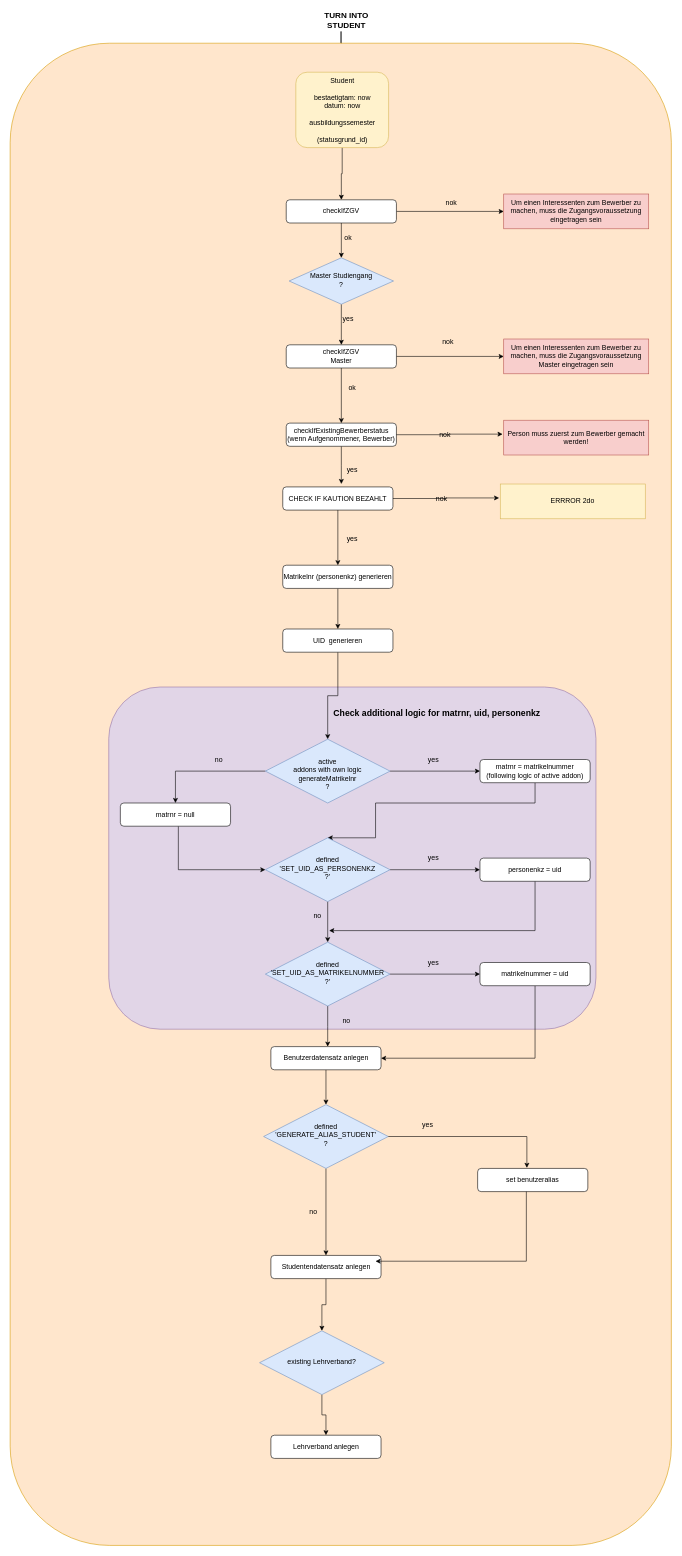
ma0068/GitDoks keeps this draw.io diagram as page "ADD STUDENT" (8 of 11) of StudentRollen.drawio. Above is the earlier version. Source tidied: cells renumbered, new cells numbered last; positions are measured from the earlier drawing's top-left corner, leaving out a move shared by most shapes. Both pictures are drawn from the tidied source at 58%, with x=0, y=0 at pixel (10, 11).
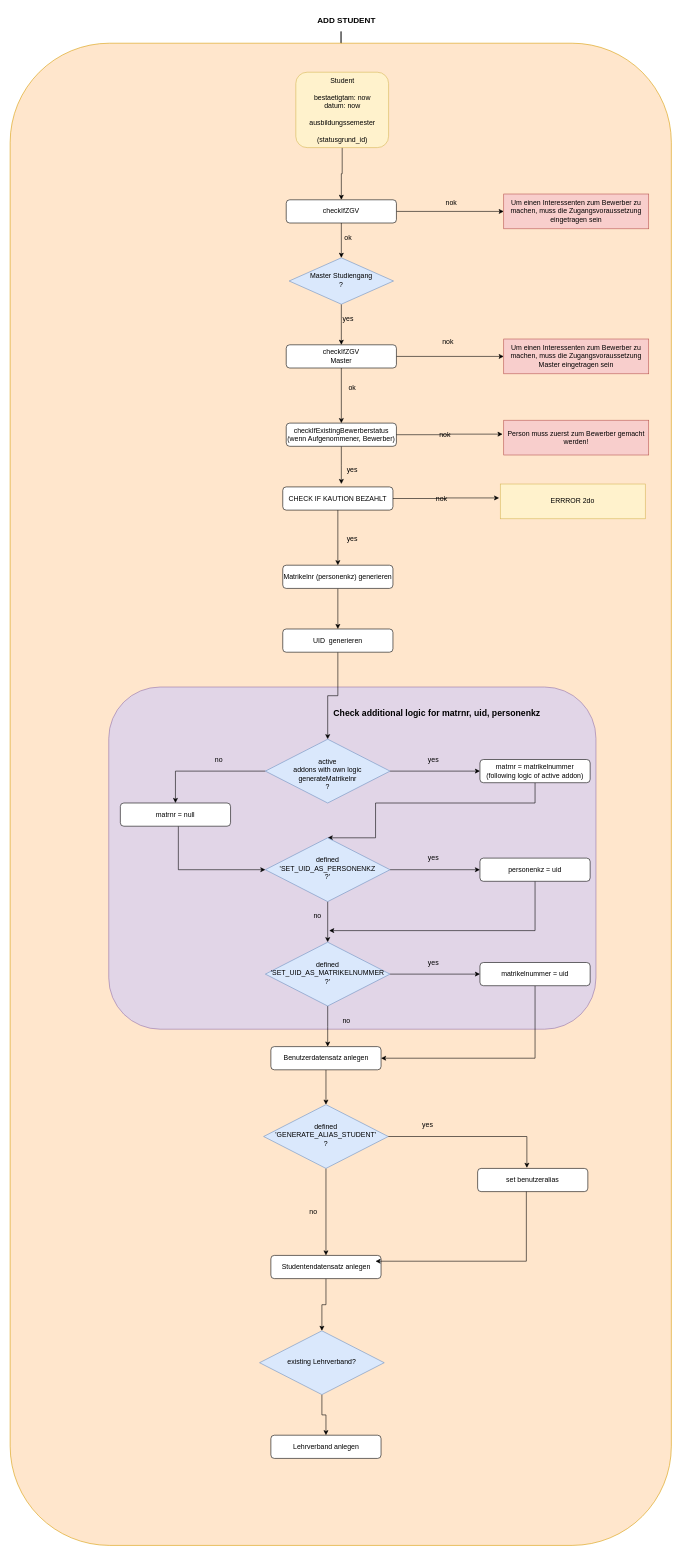
Above is the later version.

Diff of the diagram source:
```diff
@@
-    <mxCell id="7" value="TURN INTO STUDENT" style="text;html=1;align=center;verticalAlign=middle;whiteSpace=wrap;rounded=0;fontStyle=1;fontSize=14;" parent="1" vertex="1">
+    <mxCell id="7" value="ADD STUDENT" style="text;html=1;align=center;verticalAlign=middle;whiteSpace=wrap;rounded=0;fontStyle=1;fontSize=14;" parent="1" vertex="1">
       <mxGeometry x="519.5" width="120" height="30" as="geometry" />
     </mxCell>
```
